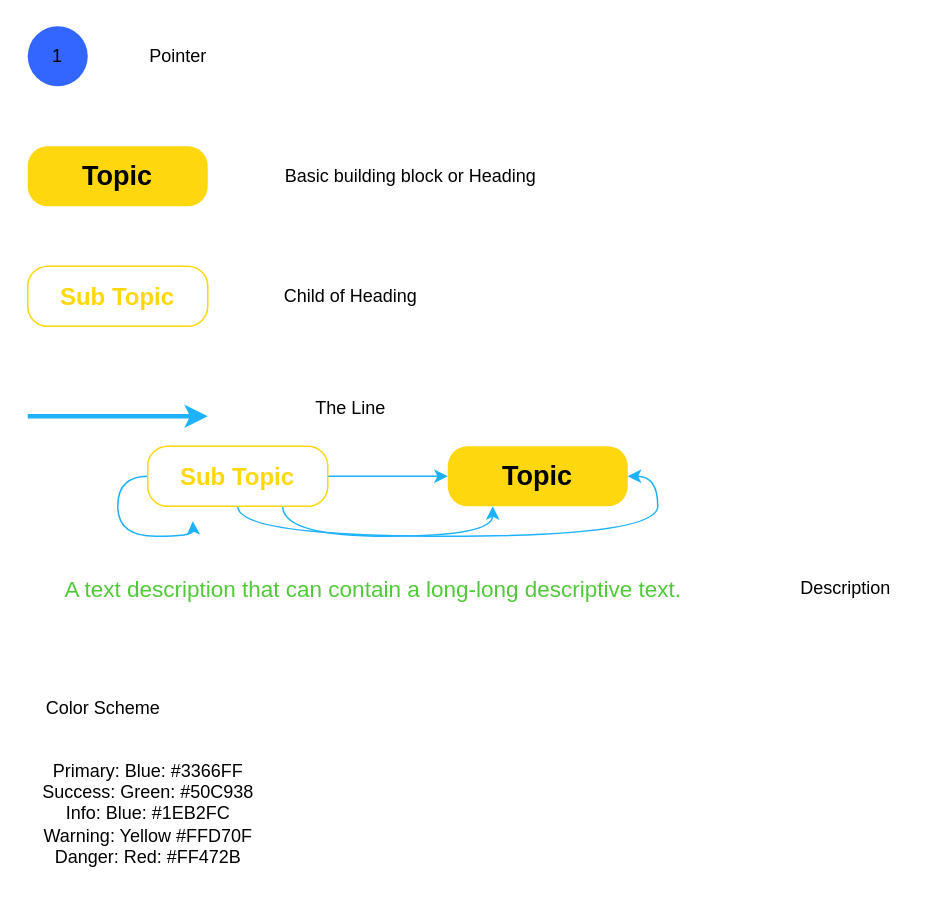
Before: Standard-boilerplate-for-roadmaps.drawio in education-tech-stack/Drawio-Diagrams, a draw.io diagram. Source tidied: cells renumbered, new cells numbered last; positions are measured from the earlier drawing's top-left corner, leaving out a move shared by most shapes. Both pictures are drawn from the tidied source at 150%, with x=0, y=0 at pixel (27, 26).
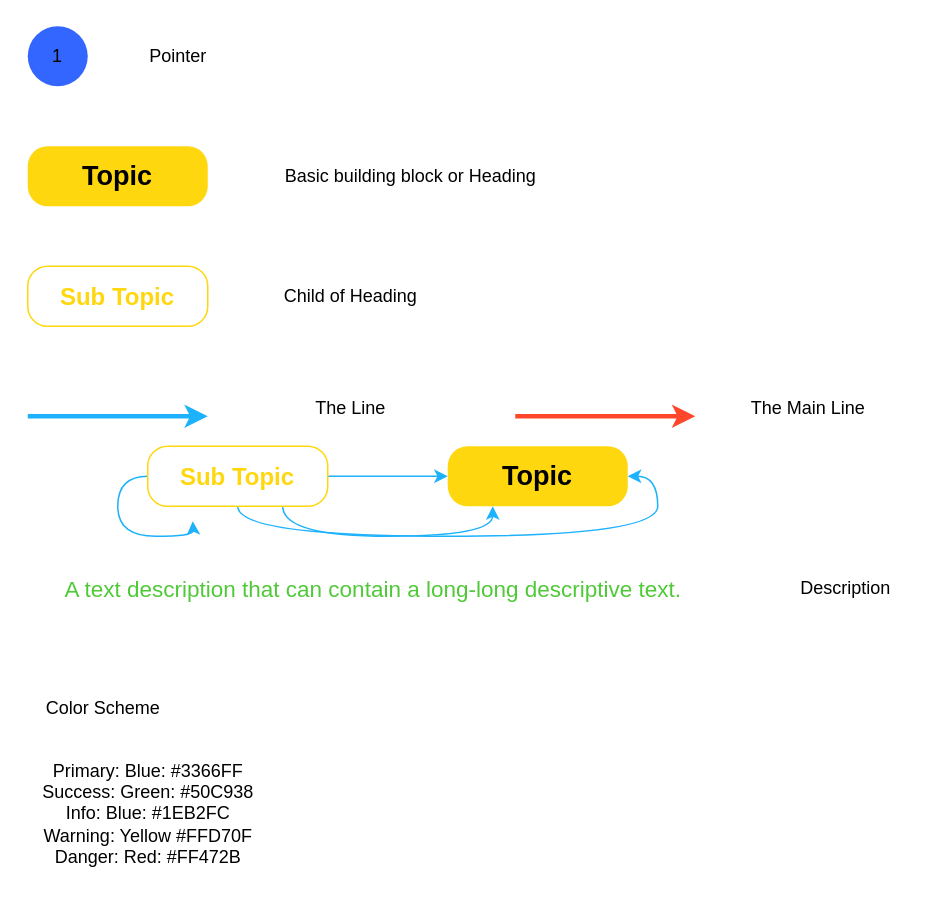
After the change.

What changed in the source:
```diff
@@
+    <mxCell id="20" style="endArrow=classic;html=1;fontFamily=Helvetica;fontSize=16;fontColor=#FFD70F;strokeColor=#FF472B;edgeStyle=orthogonalEdgeStyle;curved=1;shadow=0;sketch=0;strokeWidth=3;" parent="1" edge="1">
+      <mxGeometry relative="1" as="geometry">
+        <mxPoint x="325" y="260" as="sourcePoint" />
+        <mxPoint x="445" y="260" as="targetPoint" />
+      </mxGeometry>
+    </mxCell>
+    <mxCell id="21" value="The Main Line" style="text;html=1;align=center;verticalAlign=middle;strokeColor=none;fillColor=none;" parent="1" vertex="1">
+      <mxGeometry x="470" y="240" width="100" height="30" as="geometry" />
+    </mxCell>
```
